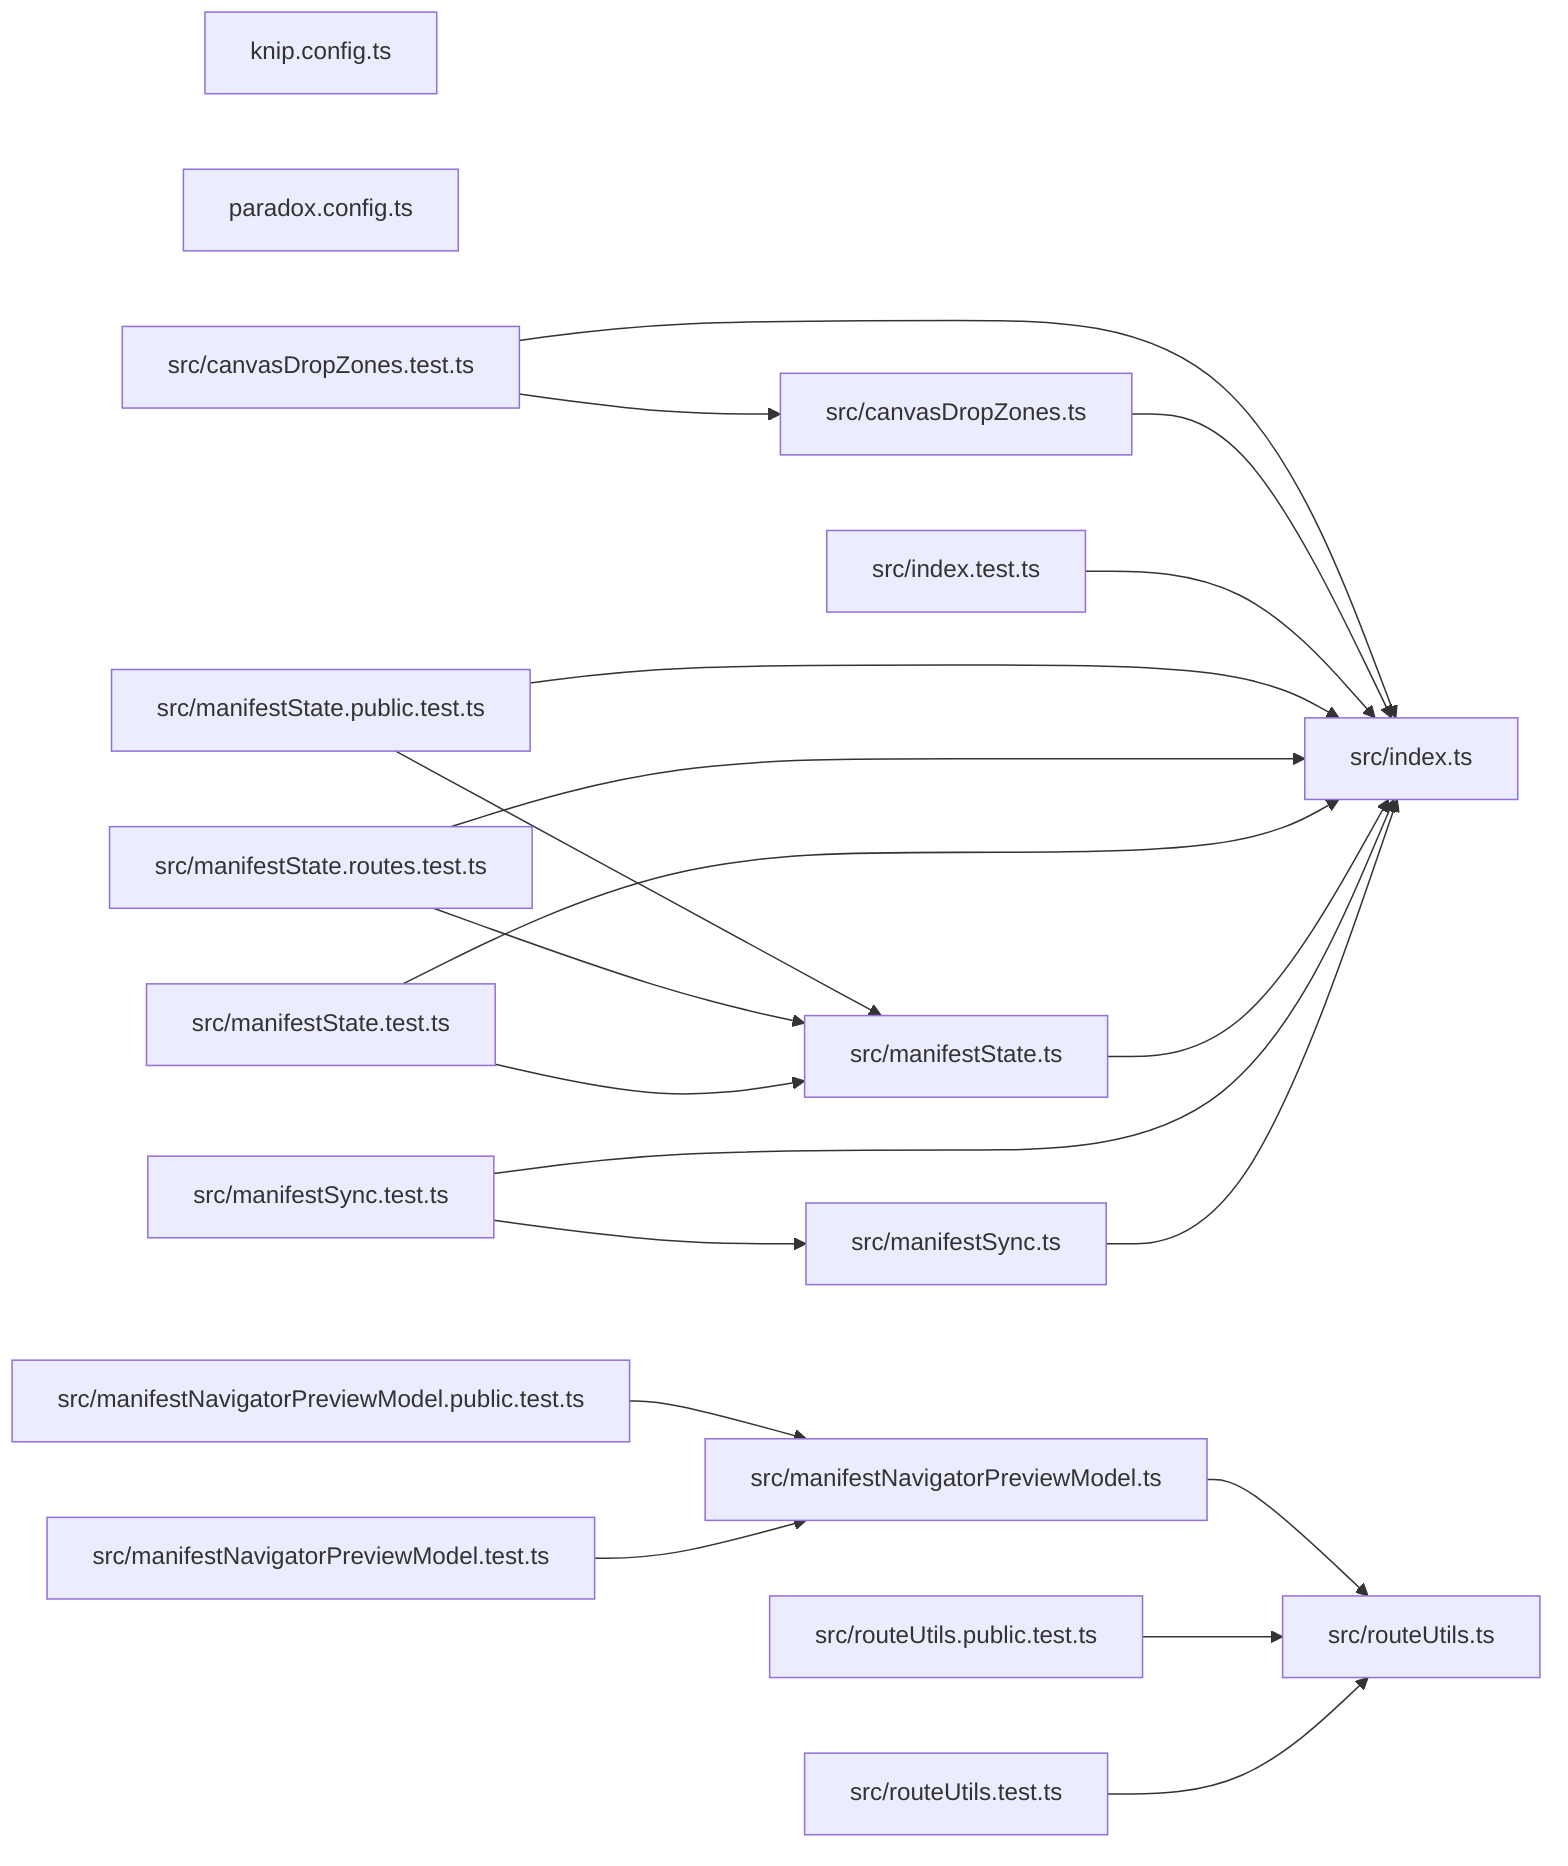
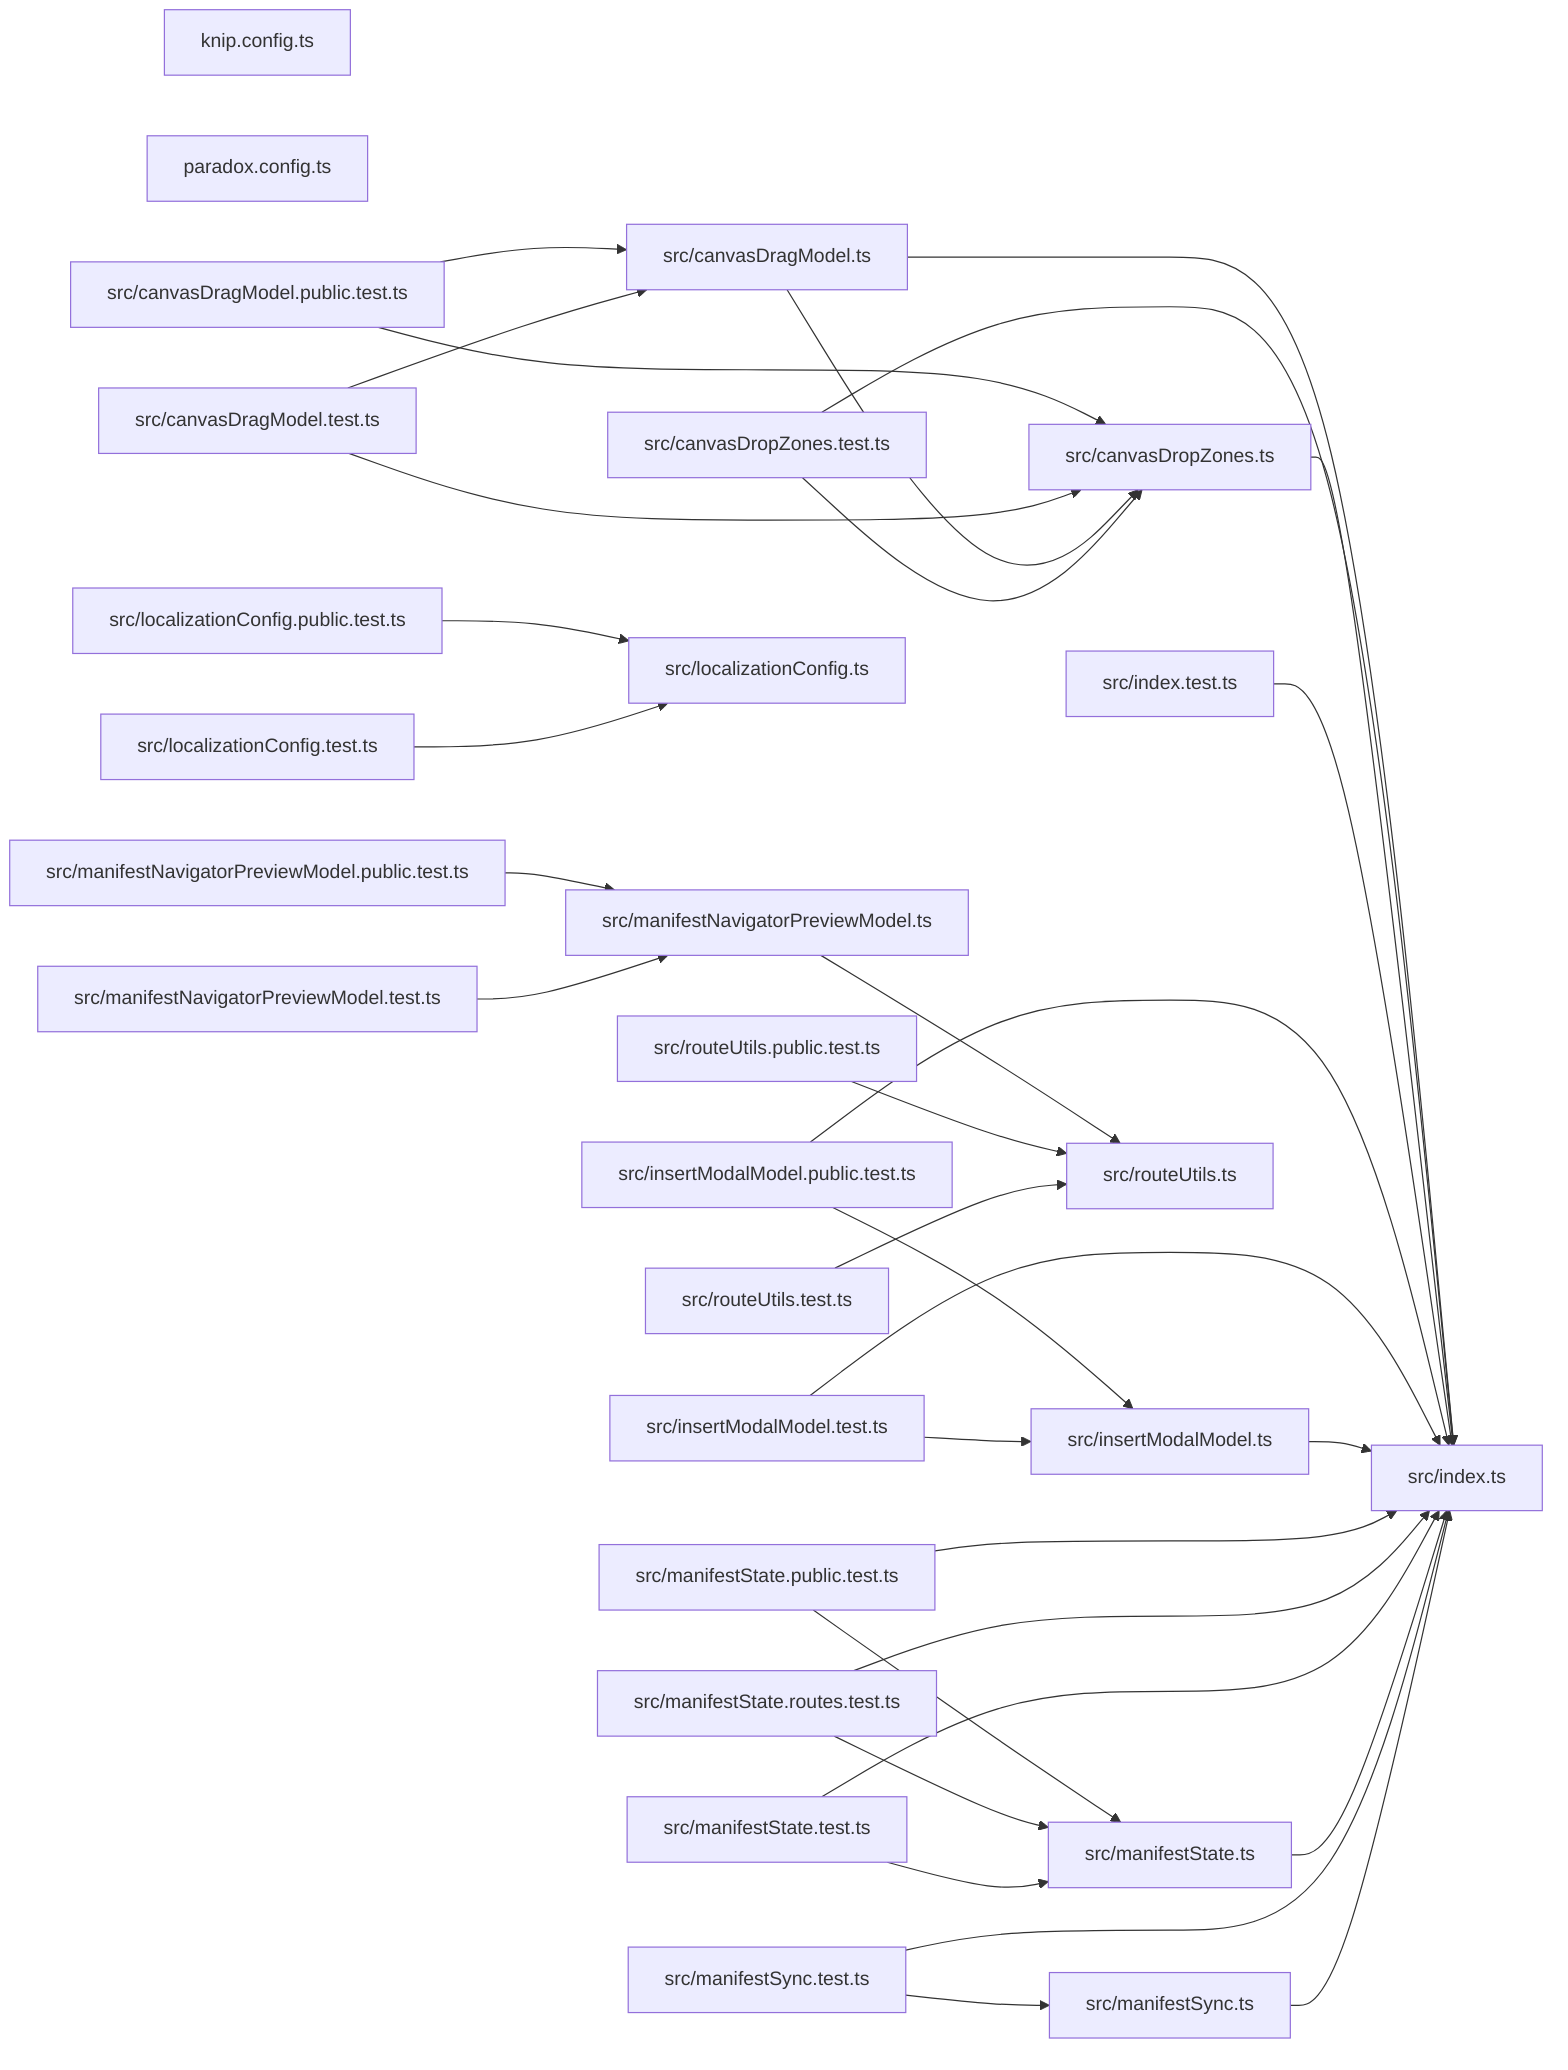
graph LR
  module_knip_config_ts["knip.config.ts"]
  module_paradox_config_ts["paradox.config.ts"]
+   module_src_canvasDragModel_public_test_ts["src/canvasDragModel.public.test.ts"]
+   module_src_canvasDragModel_test_ts["src/canvasDragModel.test.ts"]
+   module_src_canvasDragModel_ts["src/canvasDragModel.ts"]
  module_src_canvasDropZones_test_ts["src/canvasDropZones.test.ts"]
  module_src_canvasDropZones_ts["src/canvasDropZones.ts"]
  module_src_index_test_ts["src/index.test.ts"]
  module_src_index_ts["src/index.ts"]
+   module_src_insertModalModel_public_test_ts["src/insertModalModel.public.test.ts"]
+   module_src_insertModalModel_test_ts["src/insertModalModel.test.ts"]
+   module_src_insertModalModel_ts["src/insertModalModel.ts"]
+   module_src_localizationConfig_public_test_ts["src/localizationConfig.public.test.ts"]
+   module_src_localizationConfig_test_ts["src/localizationConfig.test.ts"]
+   module_src_localizationConfig_ts["src/localizationConfig.ts"]
  module_src_manifestNavigatorPreviewModel_public_test_ts["src/manifestNavigatorPreviewModel.public.test.ts"]
  module_src_manifestNavigatorPreviewModel_test_ts["src/manifestNavigatorPreviewModel.test.ts"]
  module_src_manifestNavigatorPreviewModel_ts["src/manifestNavigatorPreviewModel.ts"]
  module_src_manifestState_public_test_ts["src/manifestState.public.test.ts"]
  module_src_manifestState_routes_test_ts["src/manifestState.routes.test.ts"]
  module_src_manifestState_test_ts["src/manifestState.test.ts"]
  module_src_manifestState_ts["src/manifestState.ts"]
  module_src_manifestSync_test_ts["src/manifestSync.test.ts"]
  module_src_manifestSync_ts["src/manifestSync.ts"]
  module_src_routeUtils_public_test_ts["src/routeUtils.public.test.ts"]
  module_src_routeUtils_test_ts["src/routeUtils.test.ts"]
  module_src_routeUtils_ts["src/routeUtils.ts"]
+   module_src_canvasDragModel_public_test_ts --> module_src_canvasDragModel_ts
+   module_src_canvasDragModel_public_test_ts --> module_src_canvasDropZones_ts
+   module_src_canvasDragModel_test_ts --> module_src_canvasDragModel_ts
+   module_src_canvasDragModel_test_ts --> module_src_canvasDropZones_ts
+   module_src_canvasDragModel_ts --> module_src_canvasDropZones_ts
+   module_src_canvasDragModel_ts --> module_src_index_ts
  module_src_canvasDropZones_test_ts --> module_src_canvasDropZones_ts
  module_src_canvasDropZones_test_ts --> module_src_index_ts
  module_src_canvasDropZones_ts --> module_src_index_ts
  module_src_index_test_ts --> module_src_index_ts
+   module_src_insertModalModel_public_test_ts --> module_src_index_ts
+   module_src_insertModalModel_public_test_ts --> module_src_insertModalModel_ts
+   module_src_insertModalModel_test_ts --> module_src_index_ts
+   module_src_insertModalModel_test_ts --> module_src_insertModalModel_ts
+   module_src_insertModalModel_ts --> module_src_index_ts
+   module_src_localizationConfig_public_test_ts --> module_src_localizationConfig_ts
+   module_src_localizationConfig_test_ts --> module_src_localizationConfig_ts
  module_src_manifestNavigatorPreviewModel_public_test_ts --> module_src_manifestNavigatorPreviewModel_ts
  module_src_manifestNavigatorPreviewModel_test_ts --> module_src_manifestNavigatorPreviewModel_ts
  module_src_manifestNavigatorPreviewModel_ts --> module_src_routeUtils_ts
  module_src_manifestState_public_test_ts --> module_src_index_ts
  module_src_manifestState_public_test_ts --> module_src_manifestState_ts
  module_src_manifestState_routes_test_ts --> module_src_index_ts
  module_src_manifestState_routes_test_ts --> module_src_manifestState_ts
  module_src_manifestState_test_ts --> module_src_index_ts
  module_src_manifestState_test_ts --> module_src_manifestState_ts
  module_src_manifestState_ts --> module_src_index_ts
  module_src_manifestSync_test_ts --> module_src_index_ts
  module_src_manifestSync_test_ts --> module_src_manifestSync_ts
  module_src_manifestSync_ts --> module_src_index_ts
  module_src_routeUtils_public_test_ts --> module_src_routeUtils_ts
  module_src_routeUtils_test_ts --> module_src_routeUtils_ts
